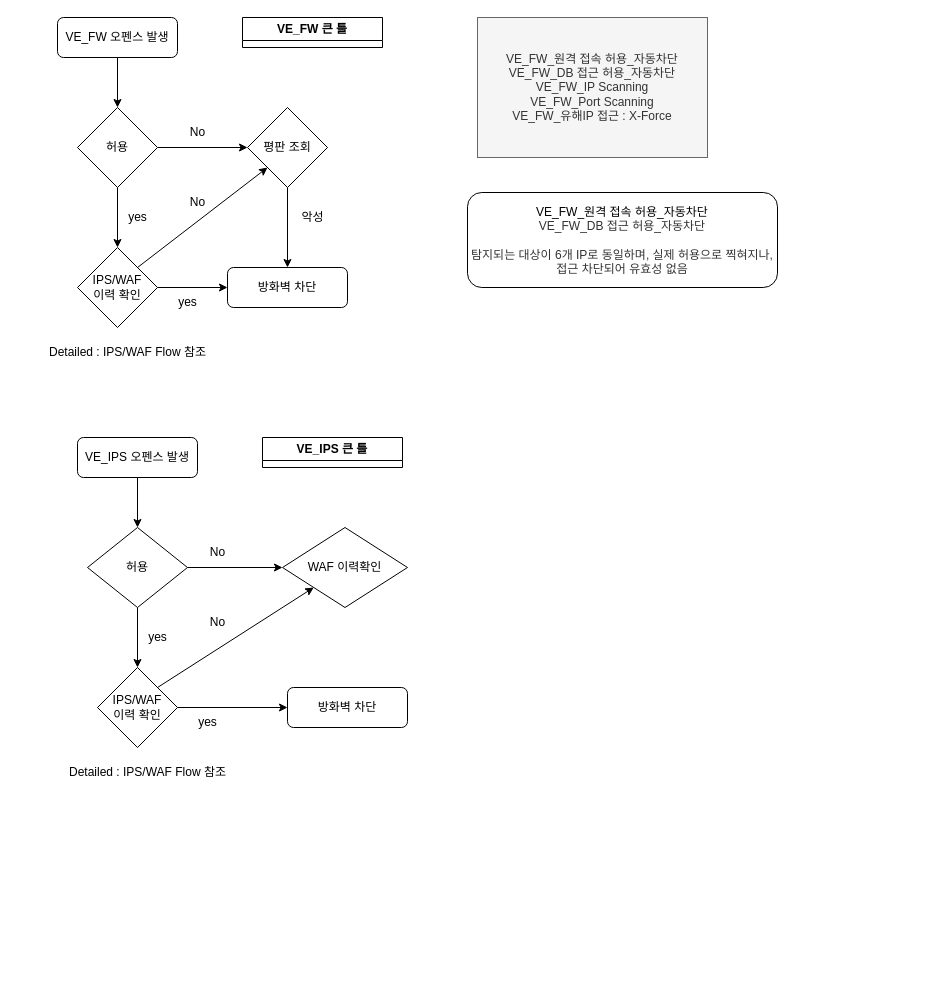
Earlier version of the draw.io diagram Test.drawio (mangjong/Working). Source tidied: cells renumbered, new cells numbered last; positions are measured from the earlier drawing's top-left corner, leaving out a move shared by most shapes. Both pictures are drawn from the tidied source at 100%, with x=0, y=0 at pixel (37, 17).
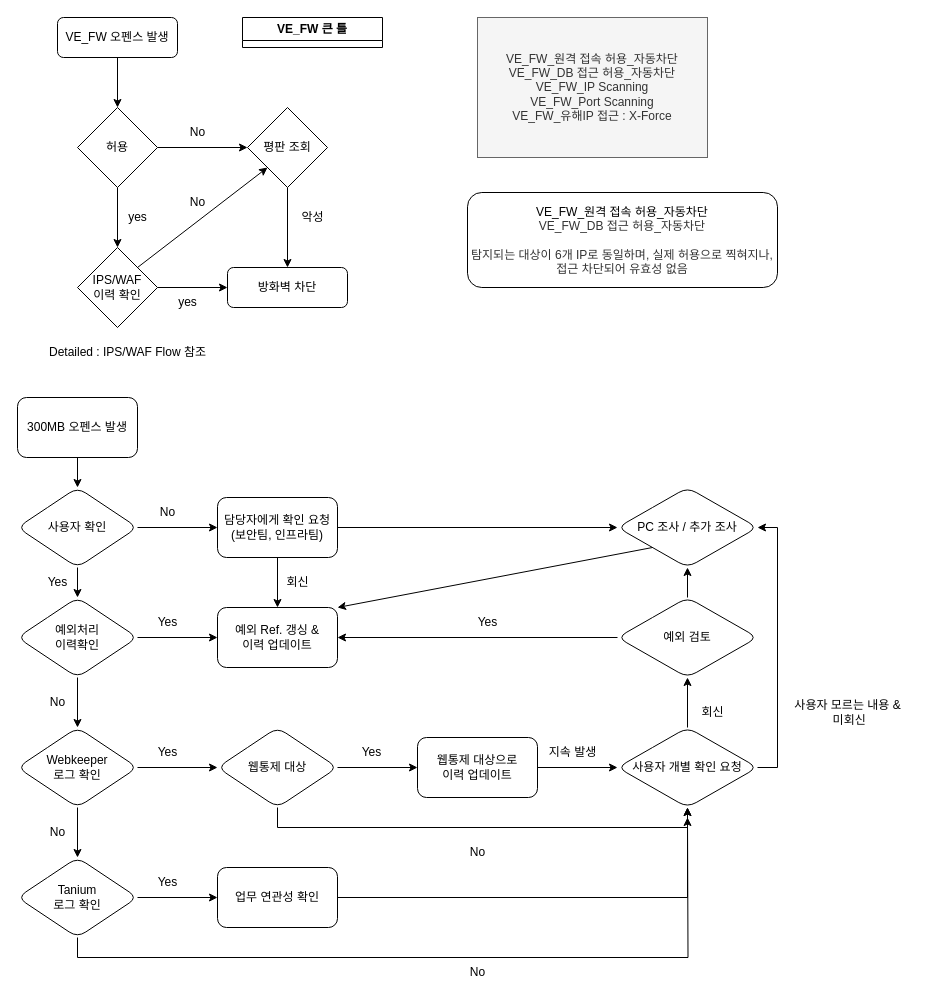
The same diagram, later.

Change to the diagram source:
```diff
@@
-    <mxCell id="22" style="edgeStyle=orthogonalEdgeStyle;rounded=0;jettySize=auto;html=1;exitX=0.5;exitY=1;exitDx=0;exitDy=0;entryX=0.5;entryY=0;entryDx=0;entryDy=0;" parent="1" edge="1" source="23" target="26">
-      <mxGeometry relative="1" as="geometry" />
-    </mxCell>
-    <mxCell id="23" value="VE_IPS 오펜스 발생" style="rounded=1;whiteSpace=wrap;html=1;" parent="1" vertex="1">
-      <mxGeometry x="40" y="420" width="120" height="40" as="geometry" />
-    </mxCell>
-    <mxCell id="24" style="edgeStyle=orthogonalEdgeStyle;rounded=0;jettySize=auto;html=1;exitX=0.5;exitY=1;exitDx=0;exitDy=0;entryX=0.5;entryY=0;entryDx=0;entryDy=0;" parent="1" edge="1" source="26" target="28">
-      <mxGeometry relative="1" as="geometry" />
-    </mxCell>
-    <mxCell id="25" style="edgeStyle=orthogonalEdgeStyle;rounded=0;jettySize=auto;html=1;exitX=1;exitY=0.5;exitDx=0;exitDy=0;entryX=0;entryY=0.5;entryDx=0;entryDy=0;" parent="1" edge="1" source="26" target="31">
-      <mxGeometry relative="1" as="geometry" />
-    </mxCell>
-    <mxCell id="26" value="허용" style="rhombus;whiteSpace=wrap;html=1;" parent="1" vertex="1">
-      <mxGeometry x="50" y="510" width="100" height="80" as="geometry" />
-    </mxCell>
-    <mxCell id="27" style="edgeStyle=orthogonalEdgeStyle;rounded=0;jettySize=auto;html=1;exitX=1;exitY=0.5;exitDx=0;exitDy=0;entryX=0;entryY=0.5;entryDx=0;entryDy=0;" parent="1" edge="1" source="28" target="32">
-      <mxGeometry relative="1" as="geometry" />
-    </mxCell>
-    <mxCell id="28" value="IPS/WAF&lt;br&gt;이력 확인" style="rhombus;whiteSpace=wrap;html=1;" parent="1" vertex="1">
-      <mxGeometry x="60" y="650" width="80" height="80" as="geometry" />
-    </mxCell>
-    <mxCell id="29" value="yes" style="text;html=1;align=center;verticalAlign=middle;strokeColor=none;fillColor=none;" parent="1" vertex="1">
-      <mxGeometry x="100" y="605" width="40" height="30" as="geometry" />
-    </mxCell>
-    <mxCell id="30" value="No" style="text;html=1;align=center;verticalAlign=middle;strokeColor=none;fillColor=none;" parent="1" vertex="1">
-      <mxGeometry x="160" y="520" width="40" height="30" as="geometry" />
-    </mxCell>
-    <mxCell id="31" value="WAF 이력확인" style="rhombus;whiteSpace=wrap;html=1;" parent="1" vertex="1">
-      <mxGeometry x="245" y="510" width="125" height="80" as="geometry" />
-    </mxCell>
-    <mxCell id="32" value="방화벽 차단" style="rounded=1;whiteSpace=wrap;html=1;fontSize=12;glass=0;strokeWidth=1;shadow=0;" parent="1" vertex="1">
-      <mxGeometry x="250" y="670" width="120" height="40" as="geometry" />
-    </mxCell>
-    <mxCell id="33" value="yes" style="text;html=1;align=center;verticalAlign=middle;strokeColor=none;fillColor=none;" parent="1" vertex="1">
-      <mxGeometry x="150" y="690" width="40" height="30" as="geometry" />
-    </mxCell>
-    <mxCell id="34" style="rounded=0;jettySize=auto;html=1;exitX=1;exitY=0;exitDx=0;exitDy=0;entryX=0;entryY=1;entryDx=0;entryDy=0;" parent="1" edge="1" source="28" target="31">
-      <mxGeometry relative="1" as="geometry" />
-    </mxCell>
-    <mxCell id="35" value="No" style="text;html=1;align=center;verticalAlign=middle;strokeColor=none;fillColor=none;" parent="1" vertex="1">
-      <mxGeometry x="160" y="590" width="40" height="30" as="geometry" />
-    </mxCell>
-    <mxCell id="36" value="Detailed : IPS/WAF Flow 참조" style="text;html=1;align=center;verticalAlign=middle;strokeColor=none;fillColor=none;" parent="1" vertex="1">
-      <mxGeometry x="20" y="740" width="180" height="30" as="geometry" />
-    </mxCell>
-    <mxCell id="37" value="VE_IPS 큰 틀" style="swimlane;whiteSpace=wrap;html=1;startSize=23;" parent="1" vertex="1" collapsed="1">
-      <mxGeometry x="225" y="420" width="140" height="30" as="geometry" />
-    </mxCell>
+    <mxCell id="38" style="edgeStyle=orthogonalEdgeStyle;rounded=0;orthogonalLoop=1;jettySize=auto;html=1;exitX=0.5;exitY=1;exitDx=0;exitDy=0;" parent="1" edge="1">
+      <mxGeometry relative="1" as="geometry">
+        <mxPoint x="10" y="420" as="sourcePoint" />
+        <mxPoint x="10" y="420" as="targetPoint" />
+      </mxGeometry>
+    </mxCell>
+    <mxCell id="39" style="edgeStyle=orthogonalEdgeStyle;rounded=0;jettySize=auto;html=1;exitX=0.5;exitY=1;exitDx=0;exitDy=0;entryX=0.5;entryY=0;entryDx=0;entryDy=0;" parent="1" edge="1" source="40" target="67">
+      <mxGeometry relative="1" as="geometry" />
+    </mxCell>
+    <mxCell id="40" value="300MB 오펜스 발생" style="rounded=1;whiteSpace=wrap;html=1;" parent="1" vertex="1">
+      <mxGeometry x="-20" y="380" width="120" height="60" as="geometry" />
+    </mxCell>
+    <mxCell id="41" style="edgeStyle=orthogonalEdgeStyle;rounded=0;jettySize=auto;html=1;" parent="1" edge="1" source="43" target="44">
+      <mxGeometry relative="1" as="geometry" />
+    </mxCell>
+    <mxCell id="42" style="edgeStyle=orthogonalEdgeStyle;rounded=0;jettySize=auto;html=1;" parent="1" edge="1" source="43" target="48">
+      <mxGeometry relative="1" as="geometry" />
+    </mxCell>
+    <mxCell id="43" value="예외처리&lt;br&gt;이력확인" style="rhombus;whiteSpace=wrap;html=1;rounded=1;" parent="1" vertex="1">
+      <mxGeometry x="-20" y="580" width="120" height="80" as="geometry" />
+    </mxCell>
+    <mxCell id="44" value="예외 Ref. 갱싱 &amp;amp; &lt;br&gt;이력 업데이트" style="whiteSpace=wrap;html=1;rounded=1;" parent="1" vertex="1">
+      <mxGeometry x="180" y="590" width="120" height="60" as="geometry" />
+    </mxCell>
+    <mxCell id="45" value="Yes" style="text;html=1;align=center;verticalAlign=middle;strokeColor=none;fillColor=none;" parent="1" vertex="1">
+      <mxGeometry x="110" y="590" width="40" height="30" as="geometry" />
+    </mxCell>
+    <mxCell id="46" style="edgeStyle=orthogonalEdgeStyle;rounded=0;jettySize=auto;html=1;exitX=1;exitY=0.5;exitDx=0;exitDy=0;" parent="1" edge="1" source="48" target="54">
+      <mxGeometry relative="1" as="geometry" />
+    </mxCell>
+    <mxCell id="47" style="edgeStyle=orthogonalEdgeStyle;rounded=0;jettySize=auto;html=1;" parent="1" edge="1" source="48" target="58">
+      <mxGeometry relative="1" as="geometry" />
+    </mxCell>
+    <mxCell id="48" value="Webkeeper&lt;br&gt;로그 확인" style="rhombus;whiteSpace=wrap;html=1;rounded=1;" parent="1" vertex="1">
+      <mxGeometry x="-20" y="710" width="120" height="80" as="geometry" />
+    </mxCell>
+    <mxCell id="49" style="edgeStyle=orthogonalEdgeStyle;rounded=0;jettySize=auto;html=1;exitX=1;exitY=0.5;exitDx=0;exitDy=0;entryX=0;entryY=0.5;entryDx=0;entryDy=0;" parent="1" edge="1" source="50" target="63">
+      <mxGeometry relative="1" as="geometry" />
+    </mxCell>
+    <mxCell id="50" value="웹통제 대상으로&lt;br&gt;이력 업데이트" style="whiteSpace=wrap;html=1;rounded=1;" parent="1" vertex="1">
+      <mxGeometry x="380" y="720" width="120" height="60" as="geometry" />
+    </mxCell>
+    <mxCell id="51" value="Yes" style="text;html=1;align=center;verticalAlign=middle;strokeColor=none;fillColor=none;" parent="1" vertex="1">
+      <mxGeometry x="110" y="720" width="40" height="30" as="geometry" />
+    </mxCell>
+    <mxCell id="52" style="edgeStyle=orthogonalEdgeStyle;rounded=0;jettySize=auto;html=1;" parent="1" edge="1" source="54" target="50">
+      <mxGeometry relative="1" as="geometry" />
+    </mxCell>
+    <mxCell id="53" style="edgeStyle=orthogonalEdgeStyle;rounded=0;jettySize=auto;html=1;exitX=0.5;exitY=1;exitDx=0;exitDy=0;entryX=0.5;entryY=1;entryDx=0;entryDy=0;" parent="1" edge="1" source="54" target="63">
+      <mxGeometry relative="1" as="geometry" />
+    </mxCell>
+    <mxCell id="54" value="웹통제 대상" style="rhombus;whiteSpace=wrap;html=1;rounded=1;" parent="1" vertex="1">
+      <mxGeometry x="180" y="710" width="120" height="80" as="geometry" />
+    </mxCell>
+    <mxCell id="55" value="Yes" style="text;html=1;align=center;verticalAlign=middle;strokeColor=none;fillColor=none;" parent="1" vertex="1">
+      <mxGeometry x="314" y="720" width="40" height="30" as="geometry" />
+    </mxCell>
+    <mxCell id="56" style="edgeStyle=orthogonalEdgeStyle;rounded=0;jettySize=auto;html=1;" parent="1" edge="1" source="58" target="81">
+      <mxGeometry relative="1" as="geometry" />
+    </mxCell>
+    <mxCell id="57" style="edgeStyle=orthogonalEdgeStyle;rounded=0;jettySize=auto;html=1;exitX=0.5;exitY=1;exitDx=0;exitDy=0;" parent="1" edge="1" source="58">
+      <mxGeometry relative="1" as="geometry">
+        <mxPoint x="650" y="800" as="targetPoint" />
+      </mxGeometry>
+    </mxCell>
+    <mxCell id="58" value="Tanium&lt;br&gt;로그 확인" style="rhombus;whiteSpace=wrap;html=1;rounded=1;" parent="1" vertex="1">
+      <mxGeometry x="-20" y="840" width="120" height="80" as="geometry" />
+    </mxCell>
+    <mxCell id="59" value="No" style="text;html=1;align=center;verticalAlign=middle;strokeColor=none;fillColor=none;" parent="1" vertex="1">
+      <mxGeometry y="800" width="40" height="30" as="geometry" />
+    </mxCell>
+    <mxCell id="60" value="No" style="text;html=1;align=center;verticalAlign=middle;strokeColor=none;fillColor=none;" parent="1" vertex="1">
+      <mxGeometry y="670" width="40" height="30" as="geometry" />
+    </mxCell>
+    <mxCell id="61" style="edgeStyle=orthogonalEdgeStyle;rounded=0;jettySize=auto;html=1;exitX=0.5;exitY=0;exitDx=0;exitDy=0;entryX=0.5;entryY=1;entryDx=0;entryDy=0;" parent="1" edge="1" source="63" target="76">
+      <mxGeometry relative="1" as="geometry" />
+    </mxCell>
+    <mxCell id="62" style="edgeStyle=orthogonalEdgeStyle;rounded=0;jettySize=auto;html=1;exitX=1;exitY=0.5;exitDx=0;exitDy=0;entryX=1;entryY=0.5;entryDx=0;entryDy=0;" parent="1" edge="1" source="63" target="86">
+      <mxGeometry relative="1" as="geometry" />
+    </mxCell>
+    <mxCell id="63" value="사용자 개별 확인 요청" style="rhombus;whiteSpace=wrap;html=1;rounded=1;" parent="1" vertex="1">
+      <mxGeometry x="580" y="710" width="140" height="80" as="geometry" />
+    </mxCell>
+    <mxCell id="64" value="지속 발생" style="text;html=1;align=center;verticalAlign=middle;strokeColor=none;fillColor=none;" parent="1" vertex="1">
+      <mxGeometry x="500" y="720" width="70" height="30" as="geometry" />
+    </mxCell>
+    <mxCell id="65" style="edgeStyle=orthogonalEdgeStyle;rounded=0;jettySize=auto;html=1;exitX=0.5;exitY=1;exitDx=0;exitDy=0;entryX=0.5;entryY=0;entryDx=0;entryDy=0;" parent="1" edge="1" source="67" target="43">
+      <mxGeometry relative="1" as="geometry" />
+    </mxCell>
+    <mxCell id="66" style="edgeStyle=orthogonalEdgeStyle;rounded=0;jettySize=auto;html=1;" parent="1" edge="1" source="67" target="71">
+      <mxGeometry relative="1" as="geometry" />
+    </mxCell>
+    <mxCell id="67" value="사용자 확인" style="rhombus;whiteSpace=wrap;html=1;rounded=1;" parent="1" vertex="1">
+      <mxGeometry x="-20" y="470" width="120" height="80" as="geometry" />
+    </mxCell>
+    <mxCell id="68" value="Yes" style="text;html=1;align=center;verticalAlign=middle;strokeColor=none;fillColor=none;" parent="1" vertex="1">
+      <mxGeometry y="550" width="40" height="30" as="geometry" />
+    </mxCell>
+    <mxCell id="69" style="edgeStyle=orthogonalEdgeStyle;rounded=0;jettySize=auto;html=1;" parent="1" edge="1" source="71" target="44">
+      <mxGeometry relative="1" as="geometry" />
+    </mxCell>
+    <mxCell id="70" style="edgeStyle=orthogonalEdgeStyle;rounded=0;jettySize=auto;html=1;exitX=1;exitY=0.5;exitDx=0;exitDy=0;entryX=0;entryY=0.5;entryDx=0;entryDy=0;" parent="1" edge="1" source="71" target="86">
+      <mxGeometry relative="1" as="geometry" />
+    </mxCell>
+    <mxCell id="71" value="담당자에게 확인 요청&lt;br&gt;(보안팀, 인프라팀)" style="whiteSpace=wrap;html=1;rounded=1;" parent="1" vertex="1">
+      <mxGeometry x="180" y="480" width="120" height="60" as="geometry" />
+    </mxCell>
+    <mxCell id="72" value="No" style="text;html=1;align=center;verticalAlign=middle;strokeColor=none;fillColor=none;" parent="1" vertex="1">
+      <mxGeometry x="110" y="480" width="40" height="30" as="geometry" />
+    </mxCell>
+    <mxCell id="73" value="회신" style="text;html=1;align=center;verticalAlign=middle;strokeColor=none;fillColor=none;" parent="1" vertex="1">
+      <mxGeometry x="235" y="550" width="50" height="30" as="geometry" />
+    </mxCell>
+    <mxCell id="74" style="edgeStyle=orthogonalEdgeStyle;rounded=0;jettySize=auto;html=1;exitX=0;exitY=0.5;exitDx=0;exitDy=0;entryX=1;entryY=0.5;entryDx=0;entryDy=0;" parent="1" edge="1" source="76" target="44">
+      <mxGeometry relative="1" as="geometry" />
+    </mxCell>
+    <mxCell id="75" style="edgeStyle=orthogonalEdgeStyle;rounded=0;jettySize=auto;html=1;exitX=0.5;exitY=0;exitDx=0;exitDy=0;entryX=0.5;entryY=1;entryDx=0;entryDy=0;" parent="1" edge="1" source="76" target="86">
+      <mxGeometry relative="1" as="geometry" />
+    </mxCell>
+    <mxCell id="76" value="예외 검토" style="rhombus;whiteSpace=wrap;html=1;rounded=1;" parent="1" vertex="1">
+      <mxGeometry x="580" y="580" width="140" height="80" as="geometry" />
+    </mxCell>
+    <mxCell id="77" value="회신" style="text;html=1;align=center;verticalAlign=middle;strokeColor=none;fillColor=none;" parent="1" vertex="1">
+      <mxGeometry x="650" y="680" width="50" height="30" as="geometry" />
+    </mxCell>
+    <mxCell id="78" value="Yes" style="text;html=1;align=center;verticalAlign=middle;strokeColor=none;fillColor=none;" parent="1" vertex="1">
+      <mxGeometry x="430" y="590" width="40" height="30" as="geometry" />
+    </mxCell>
+    <mxCell id="79" value="No" style="text;html=1;align=center;verticalAlign=middle;strokeColor=none;fillColor=none;" parent="1" vertex="1">
+      <mxGeometry x="420" y="820" width="40" height="30" as="geometry" />
+    </mxCell>
+    <mxCell id="80" style="edgeStyle=orthogonalEdgeStyle;rounded=0;jettySize=auto;html=1;exitX=1;exitY=0.5;exitDx=0;exitDy=0;entryX=0.5;entryY=1;entryDx=0;entryDy=0;" parent="1" edge="1" source="81" target="63">
+      <mxGeometry relative="1" as="geometry" />
+    </mxCell>
+    <mxCell id="81" value="업무 연관성 확인" style="rounded=1;whiteSpace=wrap;html=1;" parent="1" vertex="1">
+      <mxGeometry x="180" y="850" width="120" height="60" as="geometry" />
+    </mxCell>
+    <mxCell id="82" value="Yes" style="text;html=1;align=center;verticalAlign=middle;strokeColor=none;fillColor=none;" parent="1" vertex="1">
+      <mxGeometry x="110" y="850" width="40" height="30" as="geometry" />
+    </mxCell>
+    <mxCell id="83" value="No" style="text;html=1;align=center;verticalAlign=middle;strokeColor=none;fillColor=none;" parent="1" vertex="1">
+      <mxGeometry x="420" y="940" width="40" height="30" as="geometry" />
+    </mxCell>
+    <mxCell id="84" value="사용자 모르는 내용 &amp;amp;&lt;br&gt;&amp;nbsp;미회신" style="text;html=1;align=center;verticalAlign=middle;strokeColor=none;fillColor=none;" parent="1" vertex="1">
+      <mxGeometry x="740" y="675" width="140" height="40" as="geometry" />
+    </mxCell>
+    <mxCell id="85" style="rounded=0;jettySize=auto;html=1;exitX=0;exitY=1;exitDx=0;exitDy=0;entryX=1;entryY=0;entryDx=0;entryDy=0;" parent="1" edge="1" source="86" target="44">
+      <mxGeometry relative="1" as="geometry" />
+    </mxCell>
+    <mxCell id="86" value="PC 조사 / 추가 조사" style="rhombus;whiteSpace=wrap;html=1;rounded=1;" parent="1" vertex="1">
+      <mxGeometry x="580" y="470" width="140" height="80" as="geometry" />
+    </mxCell>
```
